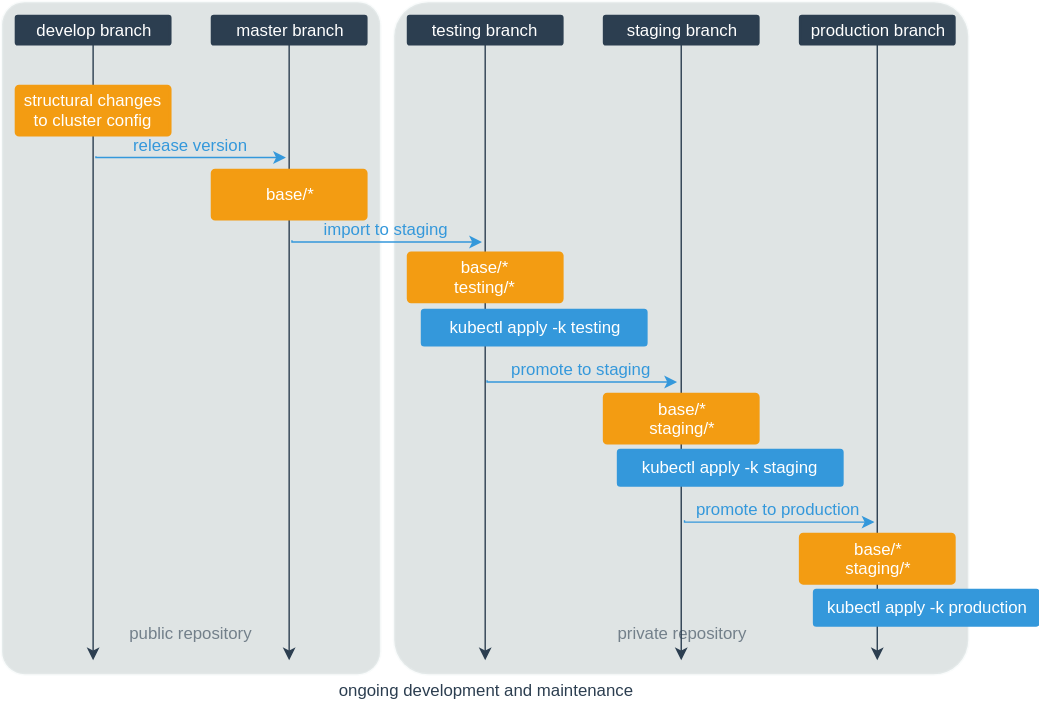
The draw.io diagram docs/kustomize-flow.drawio.svg in data4development/dataworkbench-cluster, before a commit. Source tidied: cells renumbered, new cells last; positions are measured from the earlier drawing's top-left corner, leaving out a move shared by most shapes.
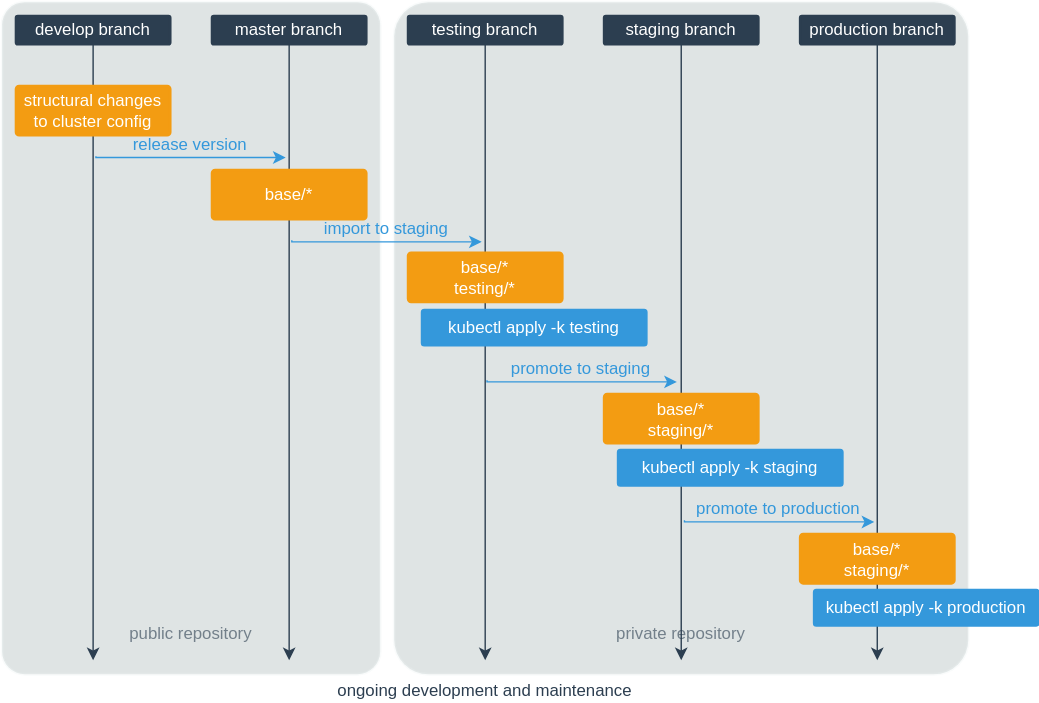
After the commit.

The edit, as a diff of the source:
```diff
@@ -2,14 +2,14 @@
   <root>
     <mxCell id="0" />
     <mxCell id="1" value="repos" parent="0" />
-    <mxCell id="2" value="&lt;p style=&quot;font-size: 12px;&quot;&gt;public repository&lt;/p&gt;" style="strokeWidth=2;html=1;shape=mxgraph.flowchart.process;whiteSpace=wrap;labelBackgroundColor=none;fillColor=#95A5A6;fontFamily=Helvetica;fontSize=12;fontColor=#2c3e50;align=center;strokeColor=#ecf0f1;spacingTop=8;spacingBottom=8;opacity=30;textOpacity=60;verticalAlign=bottom;" parent="1" vertex="1">
+    <mxCell id="2" value="&lt;p style=&quot;font-size: 12px;&quot;&gt;public repository&lt;/p&gt;" style="strokeWidth=2;html=1;shape=mxgraph.flowchart.process;whiteSpace=wrap;labelBackgroundColor=none;fillColor=#95A5A6;fontFamily=Arial;fontSize=12;fontColor=#2c3e50;align=center;strokeColor=#ecf0f1;spacingTop=8;spacingBottom=8;opacity=30;textOpacity=60;verticalAlign=bottom;" parent="1" vertex="1">
       <mxGeometry width="270" height="480" as="geometry" />
     </mxCell>
-    <mxCell id="3" value="&lt;p style=&quot;font-size: 12px;&quot;&gt;private repository&lt;/p&gt;" style="strokeWidth=2;html=1;shape=mxgraph.flowchart.process;whiteSpace=wrap;labelBackgroundColor=none;fillColor=#95A5A6;fontFamily=Helvetica;fontSize=12;fontColor=#2c3e50;align=center;strokeColor=#ecf0f1;spacingTop=8;spacingBottom=8;opacity=30;textOpacity=60;verticalAlign=bottom;" parent="1" vertex="1">
+    <mxCell id="3" value="&lt;p style=&quot;font-size: 12px;&quot;&gt;private repository&lt;/p&gt;" style="strokeWidth=2;html=1;shape=mxgraph.flowchart.process;whiteSpace=wrap;labelBackgroundColor=none;fillColor=#95A5A6;fontFamily=Arial;fontSize=12;fontColor=#2c3e50;align=center;strokeColor=#ecf0f1;spacingTop=8;spacingBottom=8;opacity=30;textOpacity=60;verticalAlign=bottom;" parent="1" vertex="1">
       <mxGeometry x="280" width="410" height="480" as="geometry" />
     </mxCell>
     <mxCell id="4" value="branches" parent="0" />
-    <mxCell id="5" style="edgeStyle=orthogonalEdgeStyle;rounded=0;html=1;jettySize=auto;labelPosition=left;verticalLabelPosition=top;align=right;verticalAlign=bottom;strokeColor=#2C3E50;labelBackgroundColor=none;fontColor=#2C3E50;fontSize=12;" parent="4" edge="1" source="6" target="13">
+    <mxCell id="5" style="edgeStyle=orthogonalEdgeStyle;rounded=0;html=1;jettySize=auto;labelPosition=left;verticalLabelPosition=top;align=right;verticalAlign=bottom;strokeColor=#2C3E50;labelBackgroundColor=none;fontColor=#2C3E50;fontSize=12;fontFamily=Arial;" parent="4" edge="1" source="6" target="13">
       <mxGeometry relative="1" as="geometry">
         <Array as="points">
           <mxPoint x="65" y="360" />
@@ -17,19 +17,19 @@
         </Array>
       </mxGeometry>
     </mxCell>
-    <mxCell id="6" value="develop branch&lt;br style=&quot;font-size: 12px;&quot;&gt;" style="strokeWidth=2;html=1;shape=mxgraph.flowchart.process;whiteSpace=wrap;labelBackgroundColor=none;fillColor=#2C3E50;fontFamily=Helvetica;fontSize=12;fontColor=#FFFFFF;align=center;strokeColor=#2C3E50;spacingTop=8;spacingBottom=8;" parent="4" vertex="1">
+    <mxCell id="6" value="develop branch&lt;br style=&quot;font-size: 12px;&quot;&gt;" style="strokeWidth=2;html=1;shape=mxgraph.flowchart.process;whiteSpace=wrap;labelBackgroundColor=none;fillColor=#2C3E50;fontFamily=Arial;fontSize=12;fontColor=#FFFFFF;align=center;strokeColor=#2C3E50;spacingTop=8;spacingBottom=8;" parent="4" vertex="1">
       <mxGeometry x="10" y="10" width="110" height="20" as="geometry" />
     </mxCell>
-    <mxCell id="7" value="master branch&lt;br style=&quot;font-size: 12px;&quot;&gt;" style="strokeWidth=2;html=1;shape=mxgraph.flowchart.process;whiteSpace=wrap;labelBackgroundColor=none;fillColor=#2C3E50;fontFamily=Helvetica;fontSize=12;fontColor=#FFFFFF;align=center;strokeColor=#2C3E50;spacingTop=8;spacingBottom=8;" parent="4" vertex="1">
+    <mxCell id="7" value="master branch&lt;br style=&quot;font-size: 12px;&quot;&gt;" style="strokeWidth=2;html=1;shape=mxgraph.flowchart.process;whiteSpace=wrap;labelBackgroundColor=none;fillColor=#2C3E50;fontFamily=Arial;fontSize=12;fontColor=#FFFFFF;align=center;strokeColor=#2C3E50;spacingTop=8;spacingBottom=8;" parent="4" vertex="1">
       <mxGeometry x="150" y="10" width="110" height="20" as="geometry" />
     </mxCell>
-    <mxCell id="8" value="staging branch&lt;br style=&quot;font-size: 12px;&quot;&gt;" style="strokeWidth=2;html=1;shape=mxgraph.flowchart.process;whiteSpace=wrap;labelBackgroundColor=none;fillColor=#2C3E50;fontFamily=Helvetica;fontSize=12;fontColor=#FFFFFF;align=center;strokeColor=#2C3E50;spacingTop=8;spacingBottom=8;" parent="4" vertex="1">
+    <mxCell id="8" value="staging branch&lt;br style=&quot;font-size: 12px;&quot;&gt;" style="strokeWidth=2;html=1;shape=mxgraph.flowchart.process;whiteSpace=wrap;labelBackgroundColor=none;fillColor=#2C3E50;fontFamily=Arial;fontSize=12;fontColor=#FFFFFF;align=center;strokeColor=#2C3E50;spacingTop=8;spacingBottom=8;" parent="4" vertex="1">
       <mxGeometry x="430" y="10" width="110" height="20" as="geometry" />
     </mxCell>
-    <mxCell id="9" value="production branch&lt;br style=&quot;font-size: 12px;&quot;&gt;" style="strokeWidth=2;html=1;shape=mxgraph.flowchart.process;whiteSpace=wrap;labelBackgroundColor=none;fillColor=#2C3E50;fontFamily=Helvetica;fontSize=12;fontColor=#FFFFFF;align=center;strokeColor=#2C3E50;spacingTop=8;spacingBottom=8;" parent="4" vertex="1">
+    <mxCell id="9" value="production branch&lt;br style=&quot;font-size: 12px;&quot;&gt;" style="strokeWidth=2;html=1;shape=mxgraph.flowchart.process;whiteSpace=wrap;labelBackgroundColor=none;fillColor=#2C3E50;fontFamily=Arial;fontSize=12;fontColor=#FFFFFF;align=center;strokeColor=#2C3E50;spacingTop=8;spacingBottom=8;" parent="4" vertex="1">
       <mxGeometry x="570" y="10" width="110" height="20" as="geometry" />
     </mxCell>
-    <mxCell id="10" style="edgeStyle=orthogonalEdgeStyle;rounded=0;html=1;jettySize=auto;labelPosition=left;verticalLabelPosition=top;align=right;verticalAlign=bottom;strokeColor=#2C3E50;labelBackgroundColor=none;fontColor=#2C3E50;fontSize=12;" parent="4" edge="1" source="7" target="13">
+    <mxCell id="10" style="edgeStyle=orthogonalEdgeStyle;rounded=0;html=1;jettySize=auto;labelPosition=left;verticalLabelPosition=top;align=right;verticalAlign=bottom;strokeColor=#2C3E50;labelBackgroundColor=none;fontColor=#2C3E50;fontSize=12;fontFamily=Arial;" parent="4" edge="1" source="7" target="13">
       <mxGeometry relative="1" as="geometry">
         <Array as="points">
           <mxPoint x="205" y="360" />
@@ -37,7 +37,7 @@
         </Array>
       </mxGeometry>
     </mxCell>
-    <mxCell id="11" style="edgeStyle=orthogonalEdgeStyle;rounded=0;html=1;jettySize=auto;labelPosition=left;verticalLabelPosition=top;align=right;verticalAlign=bottom;strokeColor=#2C3E50;labelBackgroundColor=none;fontColor=#2C3E50;fontSize=12;" parent="4" edge="1" source="8" target="13">
+    <mxCell id="11" style="edgeStyle=orthogonalEdgeStyle;rounded=0;html=1;jettySize=auto;labelPosition=left;verticalLabelPosition=top;align=right;verticalAlign=bottom;strokeColor=#2C3E50;labelBackgroundColor=none;fontColor=#2C3E50;fontSize=12;fontFamily=Arial;" parent="4" edge="1" source="8" target="13">
       <mxGeometry relative="1" as="geometry">
         <Array as="points">
           <mxPoint x="485" y="360" />
@@ -45,7 +45,7 @@
         </Array>
       </mxGeometry>
     </mxCell>
-    <mxCell id="12" style="edgeStyle=orthogonalEdgeStyle;rounded=0;html=1;jettySize=auto;labelPosition=left;verticalLabelPosition=top;align=right;verticalAlign=bottom;strokeColor=#2C3E50;labelBackgroundColor=none;fontColor=#2C3E50;fontSize=12;" parent="4" edge="1" source="9" target="13">
+    <mxCell id="12" style="edgeStyle=orthogonalEdgeStyle;rounded=0;html=1;jettySize=auto;labelPosition=left;verticalLabelPosition=top;align=right;verticalAlign=bottom;strokeColor=#2C3E50;labelBackgroundColor=none;fontColor=#2C3E50;fontSize=12;fontFamily=Arial;" parent="4" edge="1" source="9" target="13">
       <mxGeometry relative="1" as="geometry">
         <Array as="points">
           <mxPoint x="625" y="370" />
@@ -53,13 +53,13 @@
         </Array>
       </mxGeometry>
     </mxCell>
-    <mxCell id="13" value="ongoing development and maintenance" style="strokeWidth=2;html=1;shape=mxgraph.flowchart.process;whiteSpace=wrap;labelBackgroundColor=none;fillColor=none;fontFamily=Helvetica;fontSize=12;fontColor=#2C3E50;align=center;strokeColor=none;spacingTop=8;spacingBottom=8;verticalAlign=top;" parent="4" vertex="1">
+    <mxCell id="13" value="ongoing development and maintenance" style="strokeWidth=2;html=1;shape=mxgraph.flowchart.process;whiteSpace=wrap;labelBackgroundColor=none;fillColor=none;fontFamily=Arial;fontSize=12;fontColor=#2C3E50;align=center;strokeColor=none;spacingTop=8;spacingBottom=8;verticalAlign=top;" parent="4" vertex="1">
       <mxGeometry y="470" width="690" height="30" as="geometry" />
     </mxCell>
-    <mxCell id="14" value="testing branch&lt;br style=&quot;font-size: 12px;&quot;&gt;" style="strokeWidth=2;html=1;shape=mxgraph.flowchart.process;whiteSpace=wrap;labelBackgroundColor=none;fillColor=#2C3E50;fontFamily=Helvetica;fontSize=12;fontColor=#FFFFFF;align=center;strokeColor=#2C3E50;spacingTop=8;spacingBottom=8;" parent="4" vertex="1">
+    <mxCell id="14" value="testing branch&lt;br style=&quot;font-size: 12px;&quot;&gt;" style="strokeWidth=2;html=1;shape=mxgraph.flowchart.process;whiteSpace=wrap;labelBackgroundColor=none;fillColor=#2C3E50;fontFamily=Arial;fontSize=12;fontColor=#FFFFFF;align=center;strokeColor=#2C3E50;spacingTop=8;spacingBottom=8;" parent="4" vertex="1">
       <mxGeometry x="290" y="10" width="110" height="20" as="geometry" />
     </mxCell>
-    <mxCell id="15" style="edgeStyle=orthogonalEdgeStyle;rounded=0;html=1;jettySize=auto;labelPosition=left;verticalLabelPosition=top;align=right;verticalAlign=bottom;strokeColor=#2C3E50;labelBackgroundColor=none;fontColor=#2C3E50;fontSize=12;" parent="4" edge="1" source="14" target="13">
+    <mxCell id="15" style="edgeStyle=orthogonalEdgeStyle;rounded=0;html=1;jettySize=auto;labelPosition=left;verticalLabelPosition=top;align=right;verticalAlign=bottom;strokeColor=#2C3E50;labelBackgroundColor=none;fontColor=#2C3E50;fontSize=12;fontFamily=Arial;" parent="4" edge="1" source="14" target="13">
       <mxGeometry relative="1" as="geometry">
         <Array as="points">
           <mxPoint x="345" y="360" />
@@ -68,19 +68,19 @@
       </mxGeometry>
     </mxCell>
     <mxCell id="16" value="changes" parent="0" />
-    <mxCell id="17" value="&lt;p style=&quot;font-size: 12px;&quot;&gt;structural changes to cluster config&lt;/p&gt;" style="strokeWidth=2;html=1;shape=mxgraph.flowchart.process;whiteSpace=wrap;labelBackgroundColor=none;fillColor=#F39C12;fontFamily=Helvetica;fontSize=12;fontColor=#FFFFFF;align=center;strokeColor=#F39C12;spacingTop=8;spacingBottom=8;" parent="16" vertex="1">
+    <mxCell id="17" value="&lt;p style=&quot;font-size: 12px;&quot;&gt;structural changes to cluster config&lt;/p&gt;" style="strokeWidth=2;html=1;shape=mxgraph.flowchart.process;whiteSpace=wrap;labelBackgroundColor=none;fillColor=#F39C12;fontFamily=Arial;fontSize=12;fontColor=#FFFFFF;align=center;strokeColor=#F39C12;spacingTop=8;spacingBottom=8;" parent="16" vertex="1">
       <mxGeometry x="10" y="60" width="110" height="35" as="geometry" />
     </mxCell>
-    <mxCell id="18" value="&lt;p style=&quot;font-size: 12px;&quot;&gt;base/*&lt;/p&gt;" style="strokeWidth=2;html=1;shape=mxgraph.flowchart.process;whiteSpace=wrap;labelBackgroundColor=none;fillColor=#F39C12;fontFamily=Helvetica;fontSize=12;fontColor=#FFFFFF;align=center;strokeColor=#F39C12;spacingTop=8;spacingBottom=8;" parent="16" vertex="1">
+    <mxCell id="18" value="&lt;p style=&quot;font-size: 12px;&quot;&gt;base/*&lt;/p&gt;" style="strokeWidth=2;html=1;shape=mxgraph.flowchart.process;whiteSpace=wrap;labelBackgroundColor=none;fillColor=#F39C12;fontFamily=Arial;fontSize=12;fontColor=#FFFFFF;align=center;strokeColor=#F39C12;spacingTop=8;spacingBottom=8;" parent="16" vertex="1">
       <mxGeometry x="150" y="120" width="110" height="35" as="geometry" />
     </mxCell>
-    <mxCell id="19" value="&lt;p style=&quot;font-size: 12px;&quot;&gt;base/*&lt;br style=&quot;font-size: 12px;&quot;&gt;testing/*&lt;br style=&quot;font-size: 12px;&quot;&gt;&lt;/p&gt;" style="strokeWidth=2;html=1;shape=mxgraph.flowchart.process;whiteSpace=wrap;labelBackgroundColor=none;fillColor=#F39C12;fontFamily=Helvetica;fontSize=12;fontColor=#FFFFFF;align=center;strokeColor=#F39C12;spacingTop=8;spacingBottom=8;" parent="16" vertex="1">
+    <mxCell id="19" value="&lt;p style=&quot;font-size: 12px;&quot;&gt;base/*&lt;br style=&quot;font-size: 12px;&quot;&gt;testing/*&lt;br style=&quot;font-size: 12px;&quot;&gt;&lt;/p&gt;" style="strokeWidth=2;html=1;shape=mxgraph.flowchart.process;whiteSpace=wrap;labelBackgroundColor=none;fillColor=#F39C12;fontFamily=Arial;fontSize=12;fontColor=#FFFFFF;align=center;strokeColor=#F39C12;spacingTop=8;spacingBottom=8;" parent="16" vertex="1">
       <mxGeometry x="290" y="179" width="110" height="35" as="geometry" />
     </mxCell>
-    <mxCell id="20" value="&lt;p style=&quot;font-size: 12px;&quot;&gt;base/*&lt;br style=&quot;font-size: 12px;&quot;&gt;&lt;span style=&quot;font-size: 12px;&quot;&gt;staging/*&lt;/span&gt;&lt;/p&gt;" style="strokeWidth=2;html=1;shape=mxgraph.flowchart.process;whiteSpace=wrap;labelBackgroundColor=none;fillColor=#F39C12;fontFamily=Helvetica;fontSize=12;fontColor=#FFFFFF;align=center;strokeColor=#F39C12;spacingTop=8;spacingBottom=8;" parent="16" vertex="1">
+    <mxCell id="20" value="&lt;p style=&quot;font-size: 12px;&quot;&gt;base/*&lt;br style=&quot;font-size: 12px;&quot;&gt;&lt;span style=&quot;font-size: 12px;&quot;&gt;staging/*&lt;/span&gt;&lt;/p&gt;" style="strokeWidth=2;html=1;shape=mxgraph.flowchart.process;whiteSpace=wrap;labelBackgroundColor=none;fillColor=#F39C12;fontFamily=Arial;fontSize=12;fontColor=#FFFFFF;align=center;strokeColor=#F39C12;spacingTop=8;spacingBottom=8;" parent="16" vertex="1">
       <mxGeometry x="430" y="280" width="110" height="35" as="geometry" />
     </mxCell>
-    <mxCell id="21" value="release version" style="edgeStyle=orthogonalEdgeStyle;rounded=0;html=1;jettySize=auto;orthogonalLoop=1;labelPosition=center;verticalLabelPosition=top;align=center;verticalAlign=bottom;strokeColor=#3498db;labelBackgroundColor=none;fontColor=#3498DB;fontSize=12;" parent="16" edge="1">
+    <mxCell id="21" value="release version" style="edgeStyle=orthogonalEdgeStyle;rounded=0;html=1;jettySize=auto;orthogonalLoop=1;labelPosition=center;verticalLabelPosition=top;align=center;verticalAlign=bottom;strokeColor=#3498db;labelBackgroundColor=none;fontColor=#3498DB;fontSize=12;fontFamily=Arial;" parent="16" edge="1">
       <mxGeometry relative="1" as="geometry">
         <mxPoint x="67" y="110" as="sourcePoint" />
         <mxPoint x="202.5" y="111" as="targetPoint" />
@@ -89,7 +89,7 @@
         </Array>
       </mxGeometry>
     </mxCell>
-    <mxCell id="22" value="import to staging" style="edgeStyle=orthogonalEdgeStyle;rounded=0;html=1;jettySize=auto;orthogonalLoop=1;labelPosition=center;verticalLabelPosition=top;align=center;verticalAlign=bottom;strokeColor=#3498db;labelBackgroundColor=none;fontColor=#3498DB;fontSize=12;" parent="16" edge="1">
+    <mxCell id="22" value="import to staging" style="edgeStyle=orthogonalEdgeStyle;rounded=0;html=1;jettySize=auto;orthogonalLoop=1;labelPosition=center;verticalLabelPosition=top;align=center;verticalAlign=bottom;strokeColor=#3498db;labelBackgroundColor=none;fontColor=#3498DB;fontSize=12;fontFamily=Arial;" parent="16" edge="1">
       <mxGeometry relative="1" as="geometry">
         <mxPoint x="206.9" y="170" as="sourcePoint" />
         <mxPoint x="342.5" y="171.2" as="targetPoint" />
@@ -98,10 +98,10 @@
         </Array>
       </mxGeometry>
     </mxCell>
-    <mxCell id="23" value="&lt;p style=&quot;font-size: 12px;&quot;&gt;kubectl apply -k testing&lt;/p&gt;" style="strokeWidth=2;html=1;shape=mxgraph.flowchart.process;whiteSpace=wrap;labelBackgroundColor=none;fillColor=#3498DB;fontFamily=Helvetica;fontSize=12;fontColor=#FFFFFF;align=center;strokeColor=#3498DB;spacingTop=8;spacingBottom=8;" parent="16" vertex="1">
+    <mxCell id="23" value="&lt;p style=&quot;font-size: 12px;&quot;&gt;kubectl apply -k testing&lt;/p&gt;" style="strokeWidth=2;html=1;shape=mxgraph.flowchart.process;whiteSpace=wrap;labelBackgroundColor=none;fillColor=#3498DB;fontFamily=Arial;fontSize=12;fontColor=#FFFFFF;align=center;strokeColor=#3498DB;spacingTop=8;spacingBottom=8;" parent="16" vertex="1">
       <mxGeometry x="300" y="220" width="160" height="25" as="geometry" />
     </mxCell>
-    <mxCell id="24" value="promote to staging" style="edgeStyle=orthogonalEdgeStyle;rounded=0;html=1;jettySize=auto;orthogonalLoop=1;labelPosition=center;verticalLabelPosition=top;align=center;verticalAlign=bottom;strokeColor=#3498db;labelBackgroundColor=none;fontColor=#3498DB;fontSize=12;" parent="16" edge="1">
+    <mxCell id="24" value="promote to staging" style="edgeStyle=orthogonalEdgeStyle;rounded=0;html=1;jettySize=auto;orthogonalLoop=1;labelPosition=center;verticalLabelPosition=top;align=center;verticalAlign=bottom;strokeColor=#3498db;labelBackgroundColor=none;fontColor=#3498DB;fontSize=12;fontFamily=Arial;" parent="16" edge="1">
       <mxGeometry relative="1" as="geometry">
         <mxPoint x="346.3" y="270" as="sourcePoint" />
         <mxPoint x="481.9" y="271.2" as="targetPoint" />
@@ -110,16 +110,16 @@
         </Array>
       </mxGeometry>
     </mxCell>
-    <mxCell id="25" value="&lt;p style=&quot;font-size: 12px;&quot;&gt;kubectl apply -k production&lt;/p&gt;" style="strokeWidth=2;html=1;shape=mxgraph.flowchart.process;whiteSpace=wrap;labelBackgroundColor=none;fillColor=#3498DB;fontFamily=Helvetica;fontSize=12;fontColor=#FFFFFF;align=center;strokeColor=#3498DB;spacingTop=8;spacingBottom=8;" parent="16" vertex="1">
+    <mxCell id="25" value="&lt;p style=&quot;font-size: 12px;&quot;&gt;kubectl apply -k production&lt;/p&gt;" style="strokeWidth=2;html=1;shape=mxgraph.flowchart.process;whiteSpace=wrap;labelBackgroundColor=none;fillColor=#3498DB;fontFamily=Arial;fontSize=12;fontColor=#FFFFFF;align=center;strokeColor=#3498DB;spacingTop=8;spacingBottom=8;" parent="16" vertex="1">
       <mxGeometry x="580" y="420" width="160" height="25" as="geometry" />
     </mxCell>
-    <mxCell id="26" value="&lt;p style=&quot;font-size: 12px;&quot;&gt;kubectl apply -k staging&lt;/p&gt;" style="strokeWidth=2;html=1;shape=mxgraph.flowchart.process;whiteSpace=wrap;labelBackgroundColor=none;fillColor=#3498DB;fontFamily=Helvetica;fontSize=12;fontColor=#FFFFFF;align=center;strokeColor=#3498DB;spacingTop=8;spacingBottom=8;" parent="16" vertex="1">
+    <mxCell id="26" value="&lt;p style=&quot;font-size: 12px;&quot;&gt;kubectl apply -k staging&lt;/p&gt;" style="strokeWidth=2;html=1;shape=mxgraph.flowchart.process;whiteSpace=wrap;labelBackgroundColor=none;fillColor=#3498DB;fontFamily=Arial;fontSize=12;fontColor=#FFFFFF;align=center;strokeColor=#3498DB;spacingTop=8;spacingBottom=8;" parent="16" vertex="1">
       <mxGeometry x="440" y="320" width="160" height="25" as="geometry" />
     </mxCell>
-    <mxCell id="27" value="&lt;p style=&quot;font-size: 12px;&quot;&gt;base/*&lt;br style=&quot;font-size: 12px;&quot;&gt;&lt;span style=&quot;font-size: 12px;&quot;&gt;staging/*&lt;/span&gt;&lt;/p&gt;" style="strokeWidth=2;html=1;shape=mxgraph.flowchart.process;whiteSpace=wrap;labelBackgroundColor=none;fillColor=#F39C12;fontFamily=Helvetica;fontSize=12;fontColor=#FFFFFF;align=center;strokeColor=#F39C12;spacingTop=8;spacingBottom=8;" parent="16" vertex="1">
+    <mxCell id="27" value="&lt;p style=&quot;font-size: 12px;&quot;&gt;base/*&lt;br style=&quot;font-size: 12px;&quot;&gt;&lt;span style=&quot;font-size: 12px;&quot;&gt;staging/*&lt;/span&gt;&lt;/p&gt;" style="strokeWidth=2;html=1;shape=mxgraph.flowchart.process;whiteSpace=wrap;labelBackgroundColor=none;fillColor=#F39C12;fontFamily=Arial;fontSize=12;fontColor=#FFFFFF;align=center;strokeColor=#F39C12;spacingTop=8;spacingBottom=8;" parent="16" vertex="1">
       <mxGeometry x="570" y="380" width="110" height="35" as="geometry" />
     </mxCell>
-    <mxCell id="28" value="promote to production" style="edgeStyle=orthogonalEdgeStyle;rounded=0;html=1;jettySize=auto;orthogonalLoop=1;labelPosition=center;verticalLabelPosition=top;align=center;verticalAlign=bottom;strokeColor=#3498db;labelBackgroundColor=none;fontColor=#3498DB;fontSize=12;" parent="16" edge="1">
+    <mxCell id="28" value="promote to production" style="edgeStyle=orthogonalEdgeStyle;rounded=0;html=1;jettySize=auto;orthogonalLoop=1;labelPosition=center;verticalLabelPosition=top;align=center;verticalAlign=bottom;strokeColor=#3498db;labelBackgroundColor=none;fontColor=#3498DB;fontSize=12;fontFamily=Arial;" parent="16" edge="1">
       <mxGeometry relative="1" as="geometry">
         <mxPoint x="487.3" y="370" as="sourcePoint" />
         <mxPoint x="622.9" y="371.2" as="targetPoint" />
```
